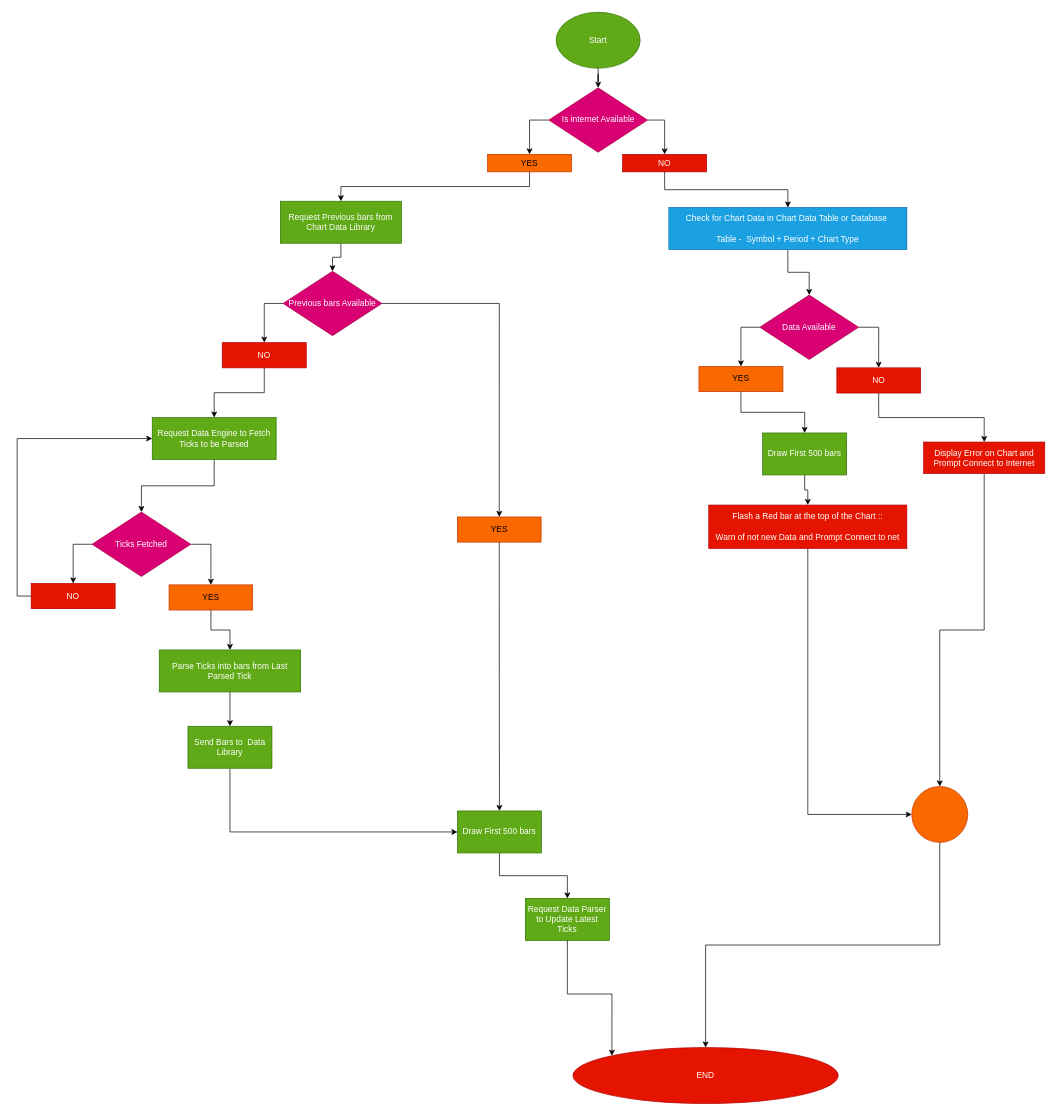
STANLEYKINYUA/LIGHTNING keeps this draw.io diagram as page "Chart Instanciation flow" (2 of 3) of DEVELOPER_NOTES/CLASSES - STRUCTURES/Chart Class.drawio. Above is the earlier version. Source tidied: cells renumbered, new cells numbered last; positions are measured from the earlier drawing's top-left corner, leaving out a move shared by most shapes. Both pictures are drawn from the tidied source at 70%, with x=0, y=0 at pixel (31, 12).
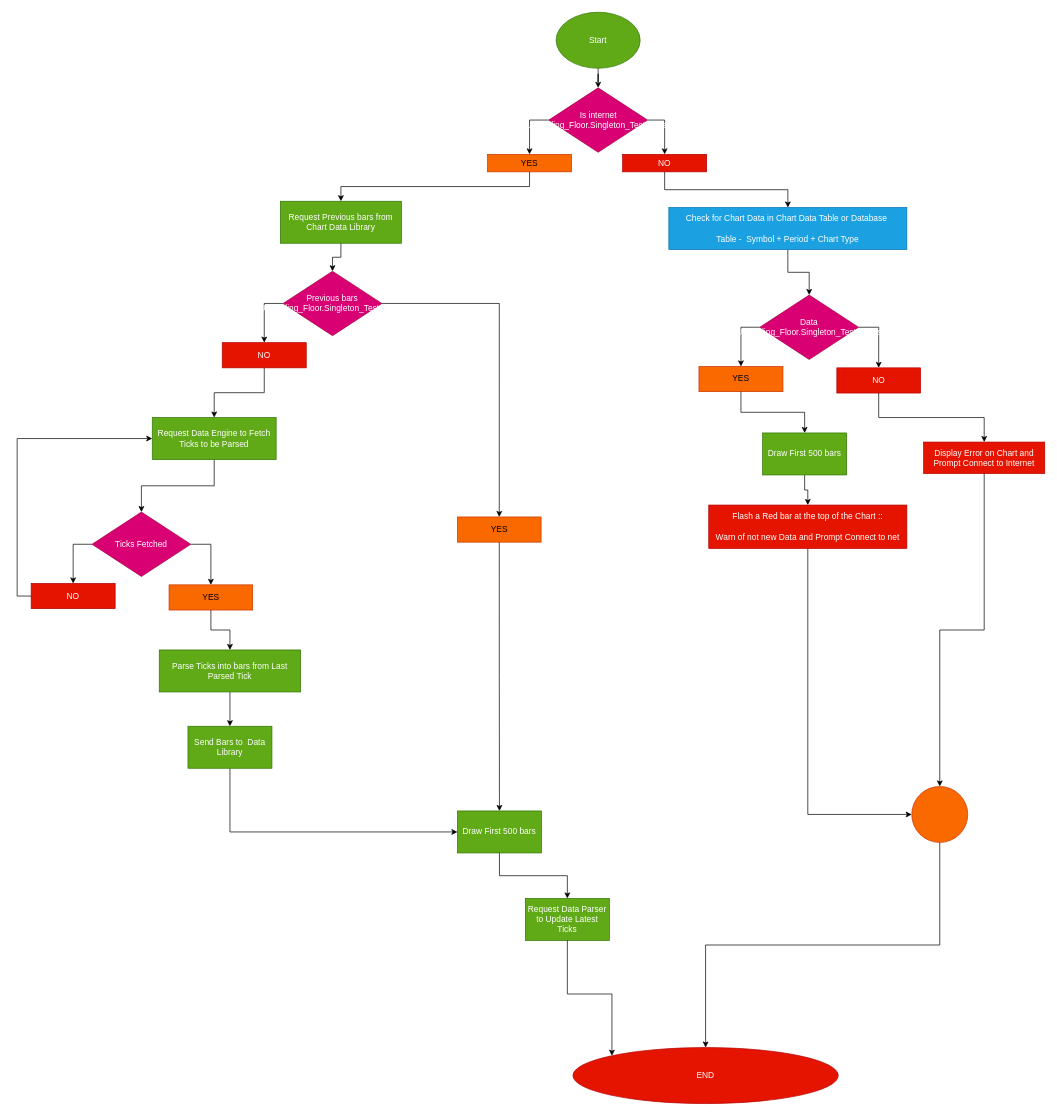
Above is the later version.

The change refers to these unchanged cells:
```xml
<mxCell id="13" style="group;" parent="1" vertex="1">
  <mxGeometry x="954" y="404" width="316.5" height="140" as="geometry" />
</mxCell>
<mxCell id="29" style="group;" parent="1" vertex="1">
  <mxGeometry x="273" y="370" width="316.5" height="140" as="geometry" />
</mxCell>
```

What changed in the source:
```diff
@@
-    <mxCell id="6" value="Is internet Available" style="rhombus;whiteSpace=wrap;html=1;fillColor=#d80073;fontColor=#ffffff;strokeColor=#A50040;" parent="1" vertex="1">
+    <mxCell id="6" value="Is internet UI.Trading_Floor.Singleton_Test_Class" style="rhombus;whiteSpace=wrap;html=1;fillColor=#d80073;fontColor=#ffffff;strokeColor=#A50040;" parent="1" vertex="1">
       <mxGeometry x="739.5" y="108" width="141" height="92" as="geometry" />
     </mxCell>
@@
-    <mxCell id="16" value="Data Available" style="rhombus;whiteSpace=wrap;html=1;fillColor=#d80073;fontColor=#ffffff;strokeColor=#A50040;" parent="13" vertex="1">
+    <mxCell id="16" value="Data UI.Trading_Floor.Singleton_Test_Class" style="rhombus;whiteSpace=wrap;html=1;fillColor=#d80073;fontColor=#ffffff;strokeColor=#A50040;" parent="13" vertex="1">
       <mxGeometry x="87" width="141" height="92" as="geometry" />
     </mxCell>
@@
-    <mxCell id="31" value="Previous bars Available" style="rhombus;whiteSpace=wrap;html=1;fillColor=#d80073;fontColor=#ffffff;strokeColor=#A50040;" parent="29" vertex="1">
+    <mxCell id="31" value="Previous bars UI.Trading_Floor.Singleton_Test_Class" style="rhombus;whiteSpace=wrap;html=1;fillColor=#d80073;fontColor=#ffffff;strokeColor=#A50040;" parent="29" vertex="1">
       <mxGeometry x="87" width="141" height="92" as="geometry" />
     </mxCell>
```
